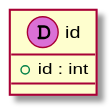
Before: demo/examples/Data-Model-Diagrams/3_project.svg, a diagram exported from PlantUML (Joshcarp/sysl).
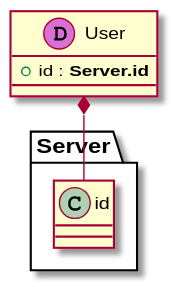
After the commit.

What changed in the source:
```diff
@@ -1,6 +1,8 @@
 @startuml
 
-class "id" as _0 << (D,orchid) >> {
-+ id : int
+
+class "User" as _0 << (D,orchid) >> {
++ id : **Server.id**
 }
+_0  *-- " " Server.id
 @enduml
```
